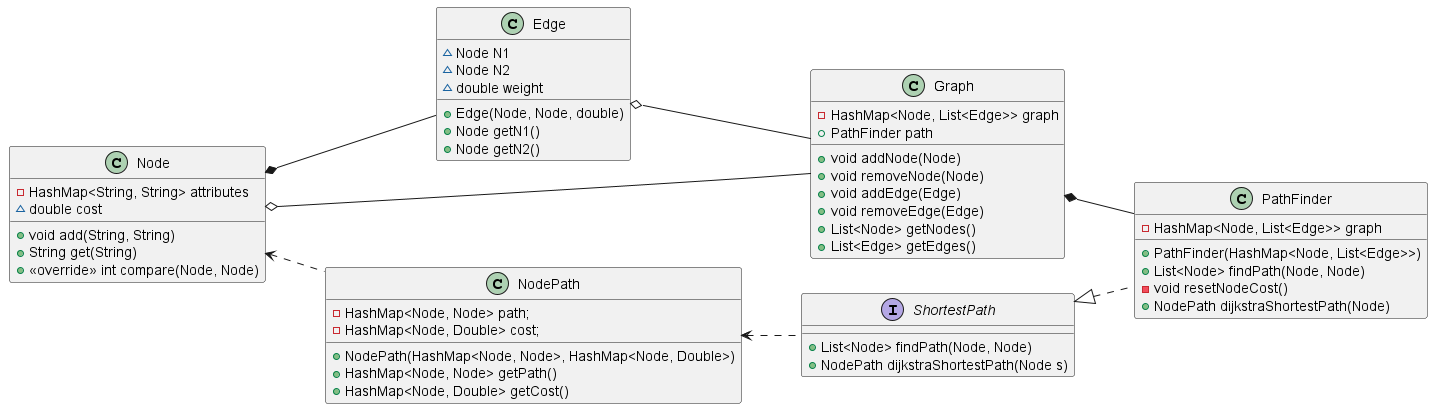
The PlantUML diagram diagrams/uml/pathfinder.png in AliMVirk/Island-Mesh-Generator, before a commit.
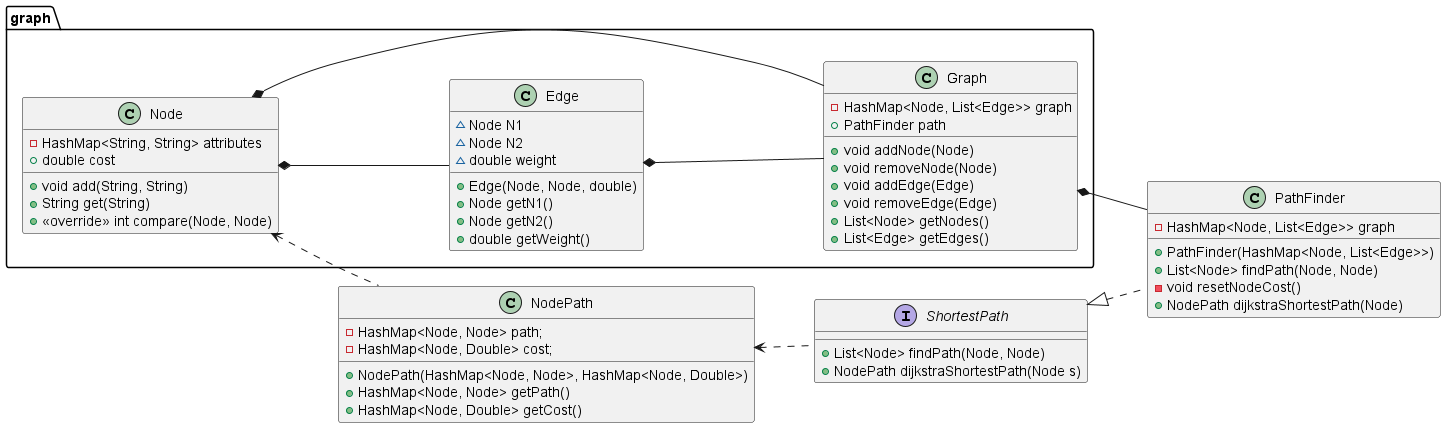
After the change.

Commit message:
Update class diagram

Diff of the diagram source:
```diff
@@ -1,32 +1,37 @@
 @startuml
 left to right direction
 
-class Node {
-    -HashMap<String, String> attributes
-    ~double cost
-    +void add(String, String)
-    +String get(String)
-    +<<override>> int compare(Node, Node)
-}
+package graph {
 
-class Edge {
-    ~Node N1
-    ~Node N2
-    ~double weight
-    +Edge(Node, Node, double)
-    +Node getN1()
-    +Node getN2()
-}
+    class Node {
+        -HashMap<String, String> attributes
+        +double cost
+        +void add(String, String)
+        +String get(String)
+        +<<override>> int compare(Node, Node)
+    }
 
-class Graph {
-    -HashMap<Node, List<Edge>> graph
-    +PathFinder path
-    +void addNode(Node)
-    +void removeNode(Node)
-    +void addEdge(Edge)
-    +void removeEdge(Edge)
-    +List<Node> getNodes()
-    +List<Edge> getEdges()
+    class Edge {
+        ~Node N1
+        ~Node N2
+        ~double weight
+        +Edge(Node, Node, double)
+        +Node getN1()
+        +Node getN2()
+        +double getWeight()
+    }
+
+    class Graph {
+        -HashMap<Node, List<Edge>> graph
+        +PathFinder path
+        +void addNode(Node)
+        +void removeNode(Node)
+        +void addEdge(Edge)
+        +void removeEdge(Edge)
+        +List<Node> getNodes()
+        +List<Edge> getEdges()
+    }
+
 }
 
 class PathFinder {
@@ -50,8 +55,8 @@
     +HashMap<Node, Double> getCost()
 }
 
-Node o-- Graph
-Edge o-- Graph
+Node *-- Graph
+Edge *-- Graph
 ShortestPath <|.. PathFinder
 Node *-- Edge
 Graph *-- PathFinder
```
